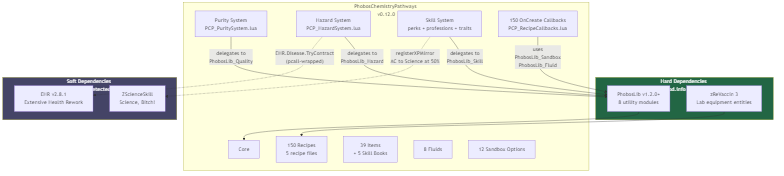
Above: docs/images/architecture.png in phobos-dthorga/mod-pz-chemistry-pathways (Mermaid), before the change. Its source is kept beside it as docs/mermaid-src/architecture.mmd.
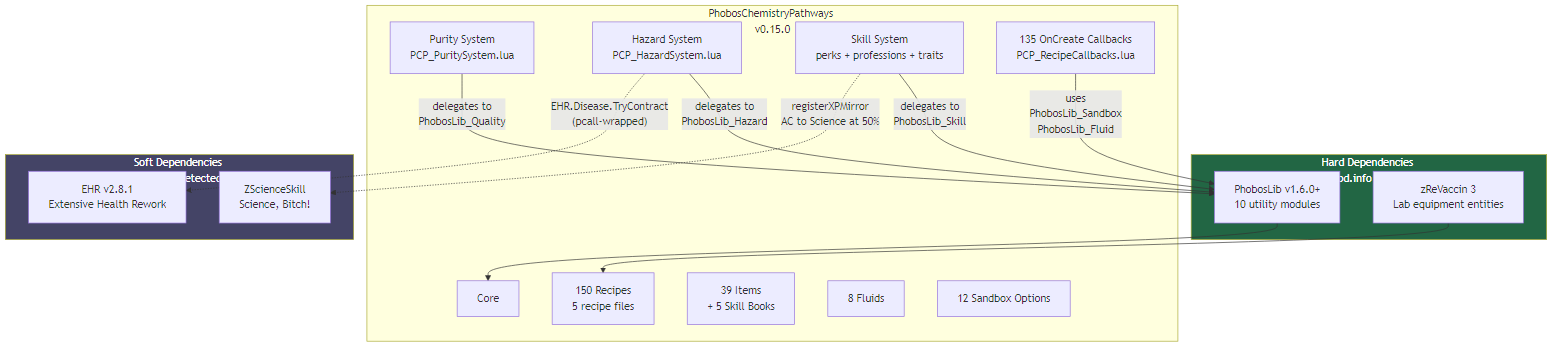
Above is the later version.

Change to the diagram source:
```diff
@@ -1,10 +1,10 @@
 graph TB
     subgraph HARD["Hard Dependencies (mod.info require)"]
-        PL["PhobosLib v1.2.0+<br/>8 utility modules"]
+        PL["PhobosLib v1.6.0+<br/>10 utility modules"]
         ZR["zReVaccin 3<br/>Lab equipment entities"]
     end
 
-    subgraph PCP["PhobosChemistryPathways v0.12.0"]
+    subgraph PCP["PhobosChemistryPathways v0.15.0"]
         CORE["Core"]
         REC["150 Recipes<br/>5 recipe files"]
         ITEMS["39 Items<br/>+ 5 Skill Books"]
@@ -13,7 +13,7 @@
         PURITY["Purity System<br/>PCP_PuritySystem.lua"]
         HAZARD["Hazard System<br/>PCP_HazardSystem.lua"]
         SKILL["Skill System<br/>perks + professions + traits"]
-        CALLBACKS["150 OnCreate Callbacks<br/>PCP_RecipeCallbacks.lua"]
+        CALLBACKS["135 OnCreate Callbacks<br/>PCP_RecipeCallbacks.lua"]
     end
 
     subgraph SOFT["Soft Dependencies (runtime-detected)"]
```
